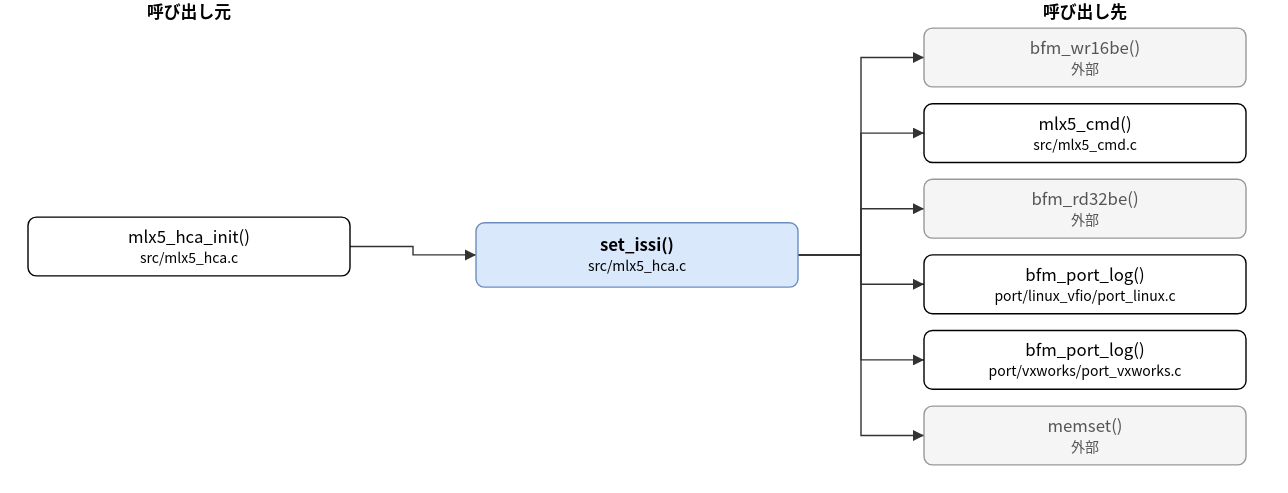
The draw.io diagram doc/spec/images/call_src_mlx5_hca-set_issi.drawio.svg in hf355051012-ai/bfmem, before a commit. Source tidied: cells renumbered, new cells last; positions are measured from the earlier drawing's top-left corner, leaving out a move shared by most shapes.
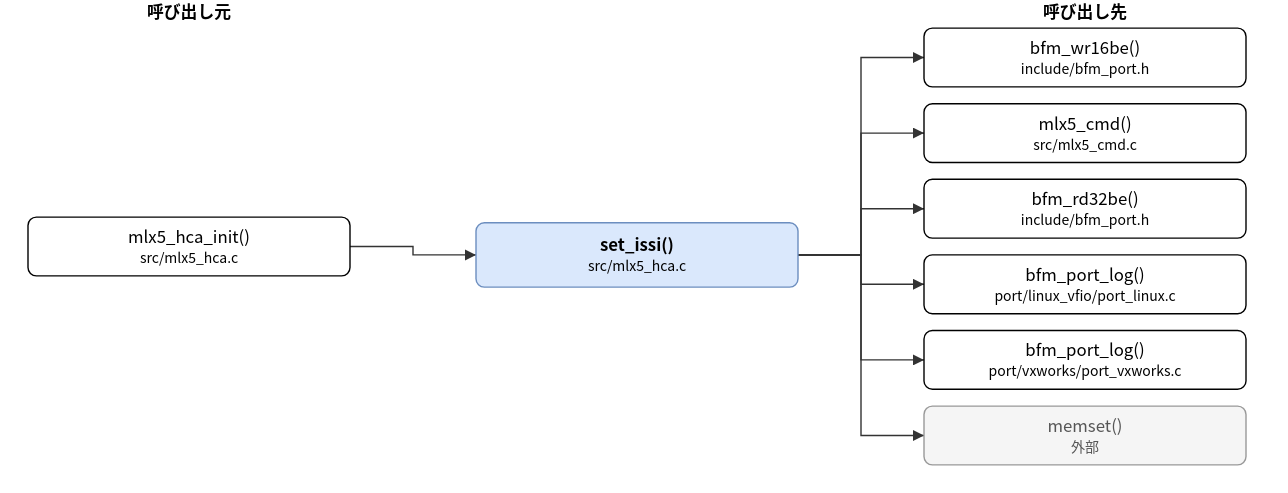
After the change.

Change to the diagram source:
```diff
@@ -8,13 +8,13 @@
     <mxCell id="3" value="mlx5_hca_init()&lt;br&gt;&lt;font style=&quot;font-size:10px&quot;&gt;src/mlx5_hca.c&lt;/font&gt;" style="rounded=1;whiteSpace=wrap;html=1;" parent="1" vertex="1">
       <mxGeometry y="155" width="230" height="42" as="geometry" />
     </mxCell>
-    <mxCell id="4" value="bfm_wr16be()&lt;br&gt;&lt;font style=&quot;font-size:10px&quot;&gt;外部&lt;/font&gt;" style="rounded=1;whiteSpace=wrap;html=1;fillColor=#f5f5f5;strokeColor=#999999;fontColor=#555555;" parent="1" vertex="1">
+    <mxCell id="4" value="bfm_wr16be()&lt;br&gt;&lt;font style=&quot;font-size:10px&quot;&gt;include/bfm_port.h&lt;/font&gt;" style="rounded=1;whiteSpace=wrap;html=1;" parent="1" vertex="1">
       <mxGeometry x="640" y="20" width="230" height="42" as="geometry" />
     </mxCell>
     <mxCell id="5" value="mlx5_cmd()&lt;br&gt;&lt;font style=&quot;font-size:10px&quot;&gt;src/mlx5_cmd.c&lt;/font&gt;" style="rounded=1;whiteSpace=wrap;html=1;" parent="1" vertex="1">
       <mxGeometry x="640" y="74" width="230" height="42" as="geometry" />
     </mxCell>
-    <mxCell id="6" value="bfm_rd32be()&lt;br&gt;&lt;font style=&quot;font-size:10px&quot;&gt;外部&lt;/font&gt;" style="rounded=1;whiteSpace=wrap;html=1;fillColor=#f5f5f5;strokeColor=#999999;fontColor=#555555;" parent="1" vertex="1">
+    <mxCell id="6" value="bfm_rd32be()&lt;br&gt;&lt;font style=&quot;font-size:10px&quot;&gt;include/bfm_port.h&lt;/font&gt;" style="rounded=1;whiteSpace=wrap;html=1;" parent="1" vertex="1">
       <mxGeometry x="640" y="128" width="230" height="42" as="geometry" />
     </mxCell>
     <mxCell id="7" value="bfm_port_log()&lt;br&gt;&lt;font style=&quot;font-size:10px&quot;&gt;port/linux_vfio/port_linux.c&lt;/font&gt;" style="rounded=1;whiteSpace=wrap;html=1;" parent="1" vertex="1">
```
